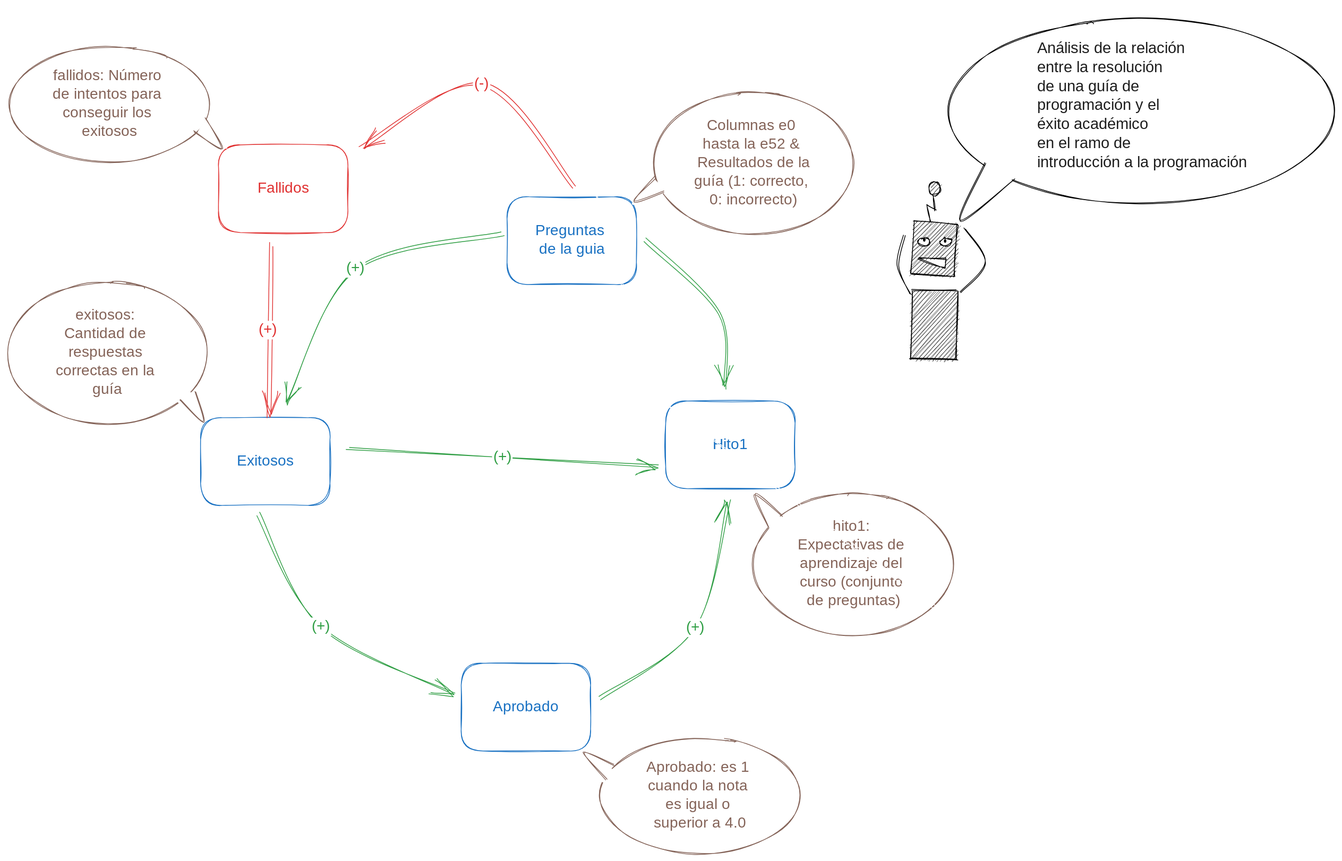
The Excalidraw diagram AWS/diagrama_causal_tesis.excalidraw.svg in tonporaqui/diagramas, before a commit. Source tidied: one line per element, renumbered; positions are measured from the earlier drawing's top-left corner, leaving out a move shared by most shapes.
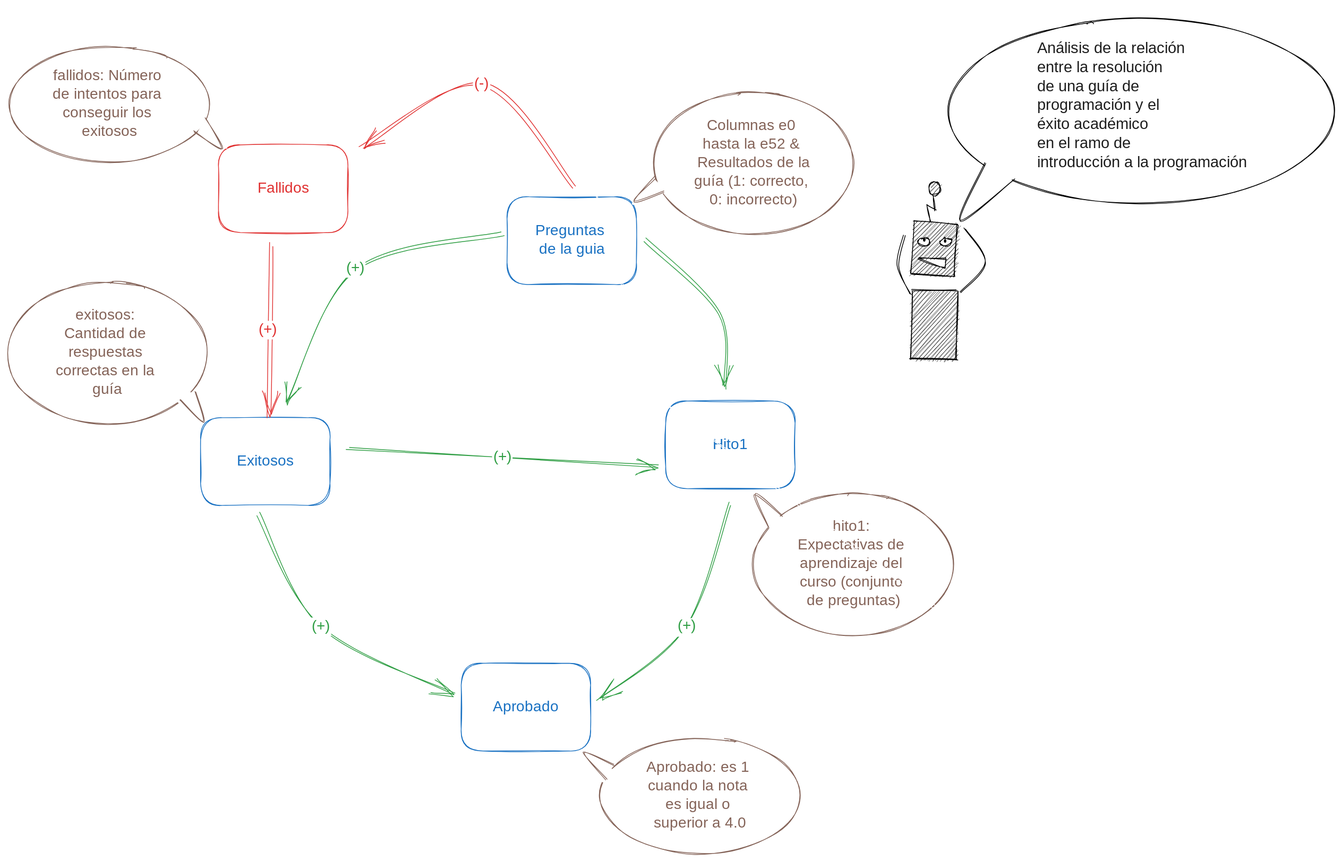
The same file after the commit.

Commit message:
actualizando la direccion

The edit, as a diff of the source:
```diff
@@ -40,7 +40,7 @@
 {"id": 39, "type": "line", "strokeColor": "#846358", "angle": 1.84, "strokeWidth": 1, "roughness": 1, "round": true, "x": 1019, "y": 655, "width": 39, "height": 43, "points": [[0, 0], [-18, 43], [21, 13]]}
 {"id": 40, "type": "arrow", "strokeColor": "#ffffff", "backgroundColor": "#fff", "fillStyle": "hachure", "strokeWidth": 1, "roughness": 2, "endArrowhead": "arrow", "round": true, "x": 1332, "y": 868, "width": 615, "height": 868, "points": [[0, 0], [-589, -444], [-470, -355], [-615, -868]]}
 {"id": 41, "type": "arrow", "strokeColor": "#2f9e44", "backgroundColor": "#fff", "fillStyle": "hachure", "strokeWidth": 1, "roughness": 2, "endArrowhead": "arrow", "round": true, "from": 0, "to": 2, "x": 857, "y": 310, "width": 111, "height": 199, "points": [[0, 0], [101, 100], [111, 199]]}
-{"id": 42, "type": "arrow", "strokeColor": "#2f9e44", "backgroundColor": "#fff", "fillStyle": "hachure", "strokeWidth": 1, "roughness": 2, "startArrowhead": "arrow", "round": true, "from": 2, "to": 8, "x": 968, "y": 664, "width": 170, "height": 263, "points": [[0, 0], [-43, 168], [-170, 263]]}
+{"id": 42, "type": "arrow", "strokeColor": "#2f9e44", "angle": 3.15, "backgroundColor": "#fff", "fillStyle": "hachure", "strokeWidth": 1, "roughness": 2, "startArrowhead": "arrow", "round": true, "from": 8, "to": 2, "x": 968, "y": 664, "width": 170, "height": 263, "points": [[0, 0], [-114, 96], [-170, 263]]}
 {"id": 43, "type": "text", "text": "(+)", "strokeColor": "#2f9e44", "backgroundColor": "#fff", "fillStyle": "hachure", "strokeWidth": 1, "roughness": 2, "fontSize": 20, "fontFamily": 1, "textAlign": "center", "verticalAlign": "middle", "inside": 42, "x": 911, "y": 819, "width": 28, "height": 25}
 {"id": 44, "type": "rectangle", "strokeColor": "#000000", "angle": 0.01, "backgroundColor": "#000000", "fillStyle": "hachure", "strokeWidth": 1, "roughness": 1, "x": 1215, "y": 378, "width": 62, "height": 92}
 {"id": 45, "type": "rectangle", "strokeColor": "#000000", "angle": 0.07, "backgroundColor": "#000000", "fillStyle": "hachure", "strokeWidth": 1, "roughness": 1, "x": 1217, "y": 287, "width": 59, "height": 71}
```
